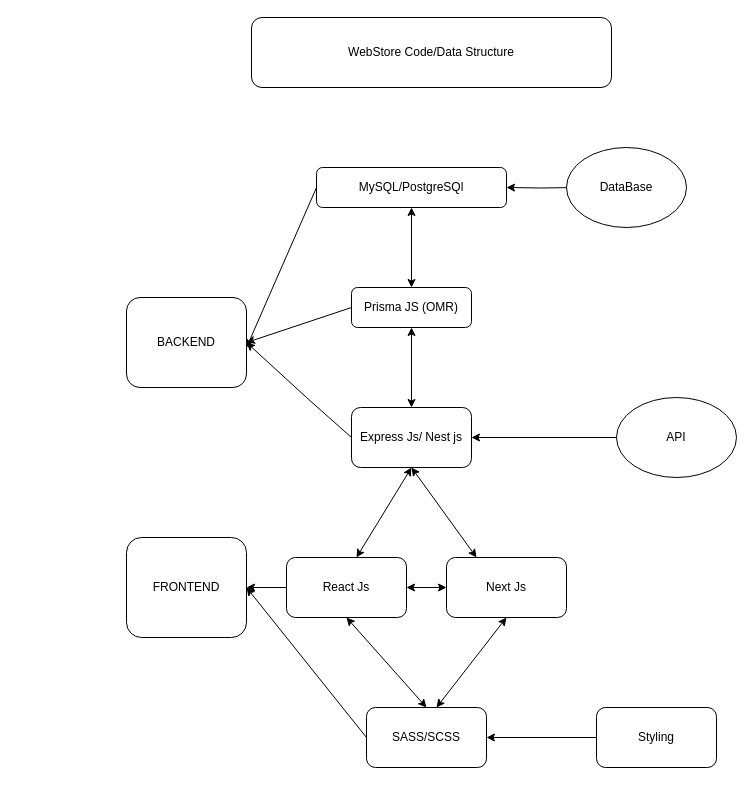
Before: Untitled Diagram.drawio in rrsantos42/42_store_react, a draw.io diagram. Source tidied: cells renumbered, new cells numbered last; positions are measured from the earlier drawing's top-left corner, leaving out a move shared by most shapes. Both pictures are drawn from the tidied source at 100%, with x=0, y=0 at pixel (126, 17).
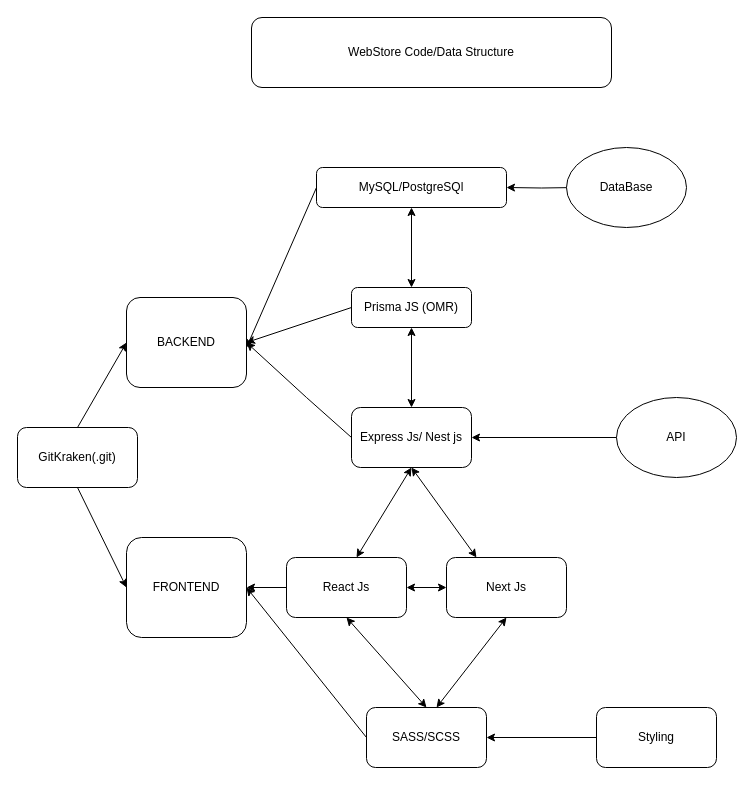
The same diagram, later.

Unchanged cells that the change refers to:
```xml
<mxCell id="20" value="BACKEND" style="rounded=1;whiteSpace=wrap;html=1;fontColor=#000000;" parent="1" vertex="1">
  <mxGeometry y="280" width="120" height="90" as="geometry" />
</mxCell>
<mxCell id="24" value="FRONTEND" style="rounded=1;whiteSpace=wrap;html=1;fontColor=#000000;" parent="1" vertex="1">
  <mxGeometry y="520" width="120" height="100" as="geometry" />
</mxCell>
```

What changed in the source:
```diff
@@
+    <mxCell id="29" value="GitKraken(.git)" style="rounded=1;whiteSpace=wrap;html=1;fontColor=#000000;" parent="1" vertex="1">
+      <mxGeometry x="-109" y="410" width="120" height="60" as="geometry" />
+    </mxCell>
+    <mxCell id="30" style="endArrow=classic;html=1;rounded=0;fontColor=#000000;entryX=0;entryY=0.5;entryDx=0;entryDy=0;exitX=0.5;exitY=0;exitDx=0;exitDy=0;" parent="1" edge="1" source="29" target="20">
+      <mxGeometry relative="1" as="geometry" />
+    </mxCell>
+    <mxCell id="31" style="endArrow=classic;html=1;rounded=0;fontColor=#000000;entryX=0;entryY=0.5;entryDx=0;entryDy=0;exitX=0.5;exitY=1;exitDx=0;exitDy=0;" parent="1" edge="1" source="29" target="24">
+      <mxGeometry relative="1" as="geometry" />
+    </mxCell>
```
